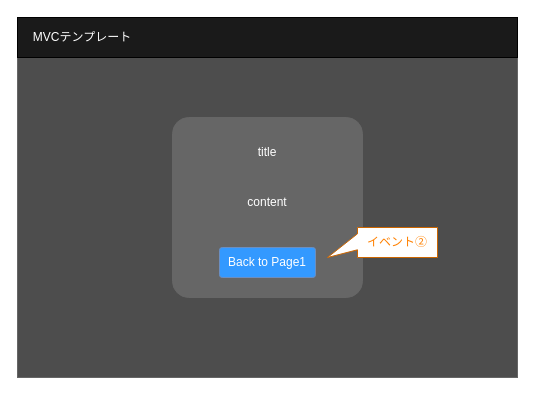
Earlier version of the draw.io diagram document/display/Page2.drawio (homan05872/MVC_customtkinter_destroyVer). Source tidied: cells renumbered, new cells numbered last; positions are measured from the earlier drawing's top-left corner, leaving out a move shared by most shapes. Both pictures are drawn from the tidied source at 100%, with x=0, y=0 at pixel (17, 17).
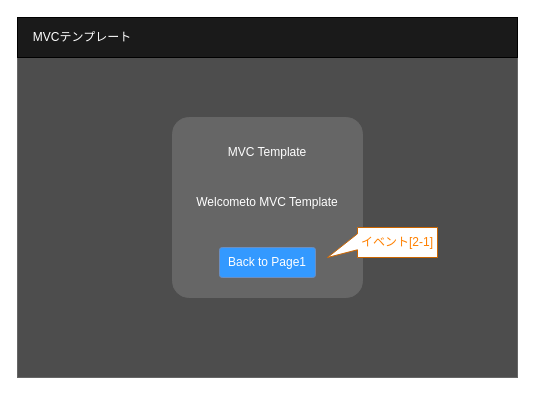
The same diagram, later.

Change to the diagram source:
```diff
@@
 <mxGraphModel>
   <root>
     <mxCell id="0" />
     <mxCell id="1" parent="0" />
     <mxCell id="2" style="rounded=0;whiteSpace=wrap;html=1;fillColor=#4D4D4D;fontColor=#CC6600;strokeColor=#666666;" parent="1" vertex="1">
       <mxGeometry width="500" height="360" as="geometry" />
     </mxCell>
     <mxCell id="3" style="rounded=1;whiteSpace=wrap;html=1;fillColor=#666666;fontColor=#333333;strokeColor=#666666;arcSize=9;" parent="1" vertex="1">
       <mxGeometry x="155" y="100" width="190" height="180" as="geometry" />
     </mxCell>
     <mxCell id="4" style="rounded=0;whiteSpace=wrap;html=1;fillColor=#1A1A1A;" parent="1" vertex="1">
       <mxGeometry width="500" height="40" as="geometry" />
     </mxCell>
     <mxCell id="5" value="&lt;font color=&quot;#ffffff&quot;&gt;MVCテンプレート&lt;/font&gt;" style="text;html=1;strokeColor=none;fillColor=none;align=center;verticalAlign=middle;whiteSpace=wrap;rounded=0;" parent="1" vertex="1">
       <mxGeometry y="5" width="130" height="30" as="geometry" />
     </mxCell>
-    <mxCell id="6" value="&lt;font color=&quot;#ffffff&quot;&gt;title&lt;/font&gt;" style="rounded=0;whiteSpace=wrap;html=1;fillColor=none;fontColor=#333333;strokeColor=none;" parent="1" vertex="1">
+    <mxCell id="6" value="&lt;span style=&quot;color: rgb(255, 255, 255);&quot;&gt;MVC Template&lt;/span&gt;" style="rounded=0;whiteSpace=wrap;html=1;fillColor=none;fontColor=#333333;strokeColor=none;" parent="1" vertex="1">
       <mxGeometry x="175" y="120" width="150" height="30" as="geometry" />
     </mxCell>
-    <mxCell id="7" value="content" style="rounded=0;whiteSpace=wrap;html=1;fillColor=none;fontColor=#FFFFFF;strokeColor=none;" parent="1" vertex="1">
+    <mxCell id="7" value="Welcometo MVC Template" style="rounded=0;whiteSpace=wrap;html=1;fillColor=none;fontColor=#FFFFFF;strokeColor=none;" parent="1" vertex="1">
       <mxGeometry x="175" y="170" width="150" height="30" as="geometry" />
     </mxCell>
     <mxCell id="8" value="Back to Page1" style="rounded=1;whiteSpace=wrap;html=1;fillColor=#3399FF;strokeColor=#6c8ebf;arcSize=9;fontColor=#FFFFFF;" parent="1" vertex="1">
       <mxGeometry x="202" y="230" width="96" height="30" as="geometry" />
     </mxCell>
-    <mxCell id="9" value="イベント②" style="shape=callout;whiteSpace=wrap;html=1;perimeter=calloutPerimeter;direction=south;position2=1;base=16;size=30;position=0.21;fillColor=default;fontColor=#FF8000;strokeColor=#CC6600;" parent="1" vertex="1">
+    <mxCell id="9" value="イベント[2-1]" style="shape=callout;whiteSpace=wrap;html=1;perimeter=calloutPerimeter;direction=south;position2=1;base=16;size=30;position=0.21;fillColor=default;fontColor=#FF8000;strokeColor=#CC6600;" parent="1" vertex="1">
       <mxGeometry x="310" y="210" width="110" height="30" as="geometry" />
     </mxCell>
   </root>
 </mxGraphModel>
```
